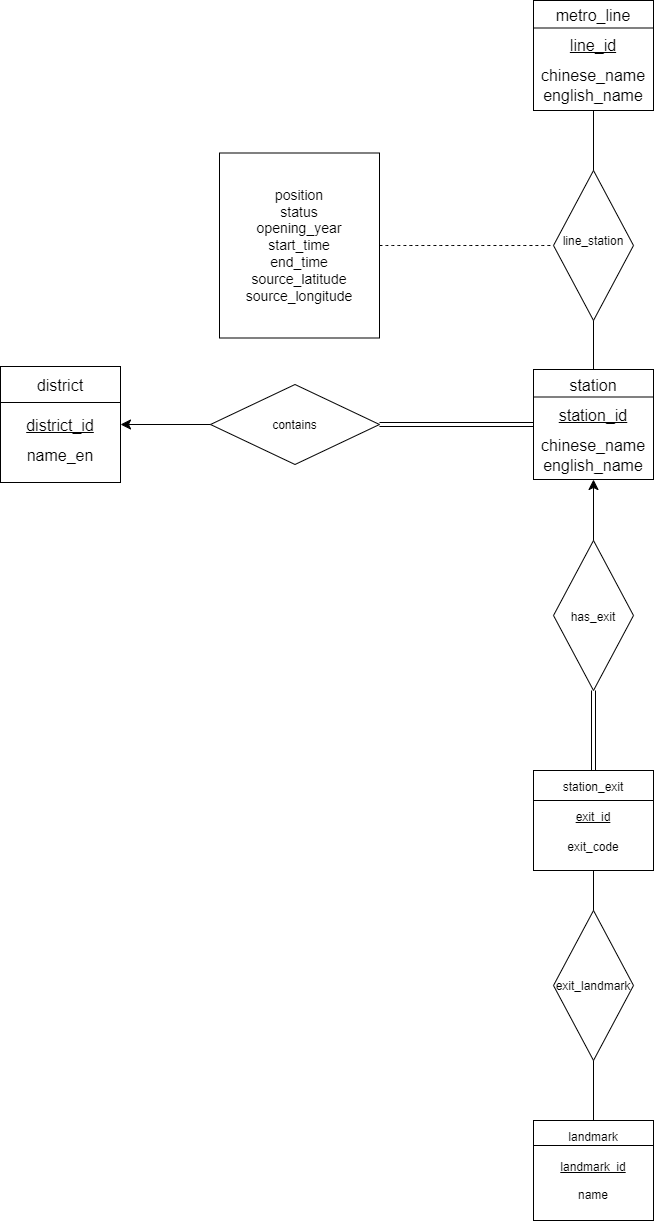
Hohenzollernguo/DB_project_Repo keeps this draw.io diagram as Task1/source/Metro_ER_Diagram.drawio.png. Above is the earlier version. Source tidied: cells renumbered, new cells last; positions are measured from the earlier drawing's top-left corner, leaving out a move shared by most shapes.
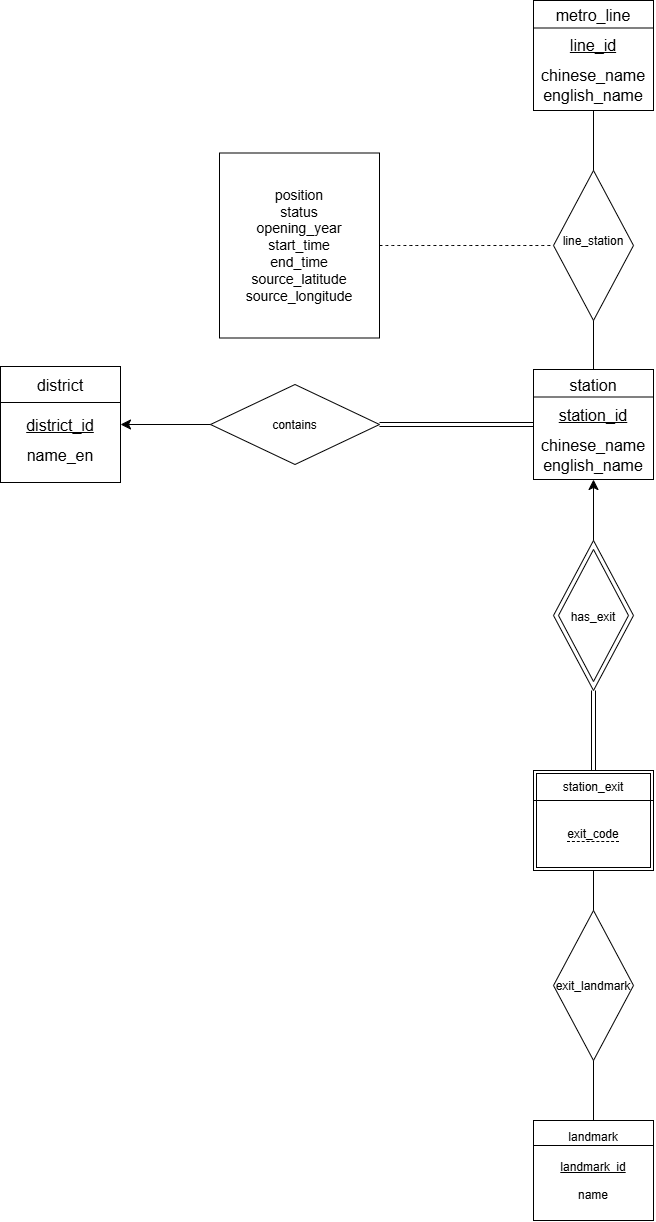
The same diagram one commit later.

Diff of the diagram source:
```diff
@@ -8,6 +8,9 @@
     <mxCell id="3" style="rounded=0;whiteSpace=wrap;html=1;fontStyle=4;" parent="1" vertex="1">
       <mxGeometry x="533" y="770" width="120" height="100" as="geometry" />
     </mxCell>
+    <mxCell id="40" style="rounded=0;fillColor=none;strokeWidth=1;" parent="3" vertex="1">
+      <mxGeometry x="3" y="3" width="114" height="94" as="geometry" />
+    </mxCell>
     <mxCell id="4" style="rounded=0;whiteSpace=wrap;html=1;" parent="1" vertex="1">
       <mxGeometry x="533" y="1120" width="120" height="100" as="geometry" />
     </mxCell>
@@ -38,6 +41,9 @@
     <mxCell id="13" value="has_exit" style="rhombus;whiteSpace=wrap;html=1;shapeInside=1;" parent="1" vertex="1">
       <mxGeometry x="553" y="540" width="80" height="150" as="geometry" />
     </mxCell>
+    <mxCell id="41" style="rhombus;fillColor=none;strokeWidth=1;" parent="13" vertex="1">
+      <mxGeometry x="5" y="9" width="70" height="132" as="geometry" />
+    </mxCell>
     <mxCell id="14" style="endArrow=classic;html=1;rounded=0;fontSize=12;defaultLabelBackgroundColor=page;startSize=8;endSize=8;curved=1;exitX=0.5;exitY=0;exitDx=0;exitDy=0;entryX=0.5;entryY=1;entryDx=0;entryDy=0;" parent="1" edge="1" source="13" target="5">
       <mxGeometry relative="1" as="geometry" />
     </mxCell>
@@ -95,12 +101,9 @@
     <mxCell id="31" value="&lt;span style=&quot;font-size: 12px;&quot;&gt;station_exit&lt;/span&gt;" style="text;html=1;whiteSpace=wrap;strokeColor=none;fillColor=none;align=center;verticalAlign=middle;rounded=0;fontSize=16;" parent="1" vertex="1">
       <mxGeometry x="563" y="770" width="60" height="30" as="geometry" />
     </mxCell>
-    <mxCell id="32" value="&lt;span style=&quot;font-size: 12px;&quot;&gt;exit_code&lt;/span&gt;" style="text;html=1;whiteSpace=wrap;strokeColor=none;fillColor=none;align=center;verticalAlign=middle;rounded=0;fontSize=16;" parent="1" vertex="1">
-      <mxGeometry x="563" y="830" width="60" height="30" as="geometry" />
+    <mxCell id="32" value="&lt;span style=&quot;font-size: 12px; border-bottom: 1px dashed currentColor;&quot;&gt;exit_code&lt;/span&gt;" style="text;html=1;whiteSpace=wrap;strokeColor=none;fillColor=none;align=center;verticalAlign=middle;rounded=0;fontSize=16;" parent="1" vertex="1">
+      <mxGeometry x="563" y="817" width="60" height="30" as="geometry" />
     </mxCell>
-    <mxCell id="33" value="&lt;span style=&quot;font-size: 12px;&quot;&gt;exit_id&lt;/span&gt;" style="text;html=1;whiteSpace=wrap;strokeColor=none;fillColor=none;align=center;verticalAlign=middle;rounded=0;fontSize=16;fontStyle=4;" parent="1" vertex="1">
-      <mxGeometry x="563" y="800" width="60" height="30" as="geometry" />
-    </mxCell>
     <mxCell id="34" style="endArrow=none;html=1;rounded=0;fontSize=12;defaultLabelBackgroundColor=page;startSize=8;endSize=8;curved=1;entryX=1;entryY=0.25;entryDx=0;entryDy=0;exitX=0;exitY=0.25;exitDx=0;exitDy=0;" parent="1" edge="1" source="4" target="4">
       <mxGeometry relative="1" as="geometry" />
     </mxCell>
```
